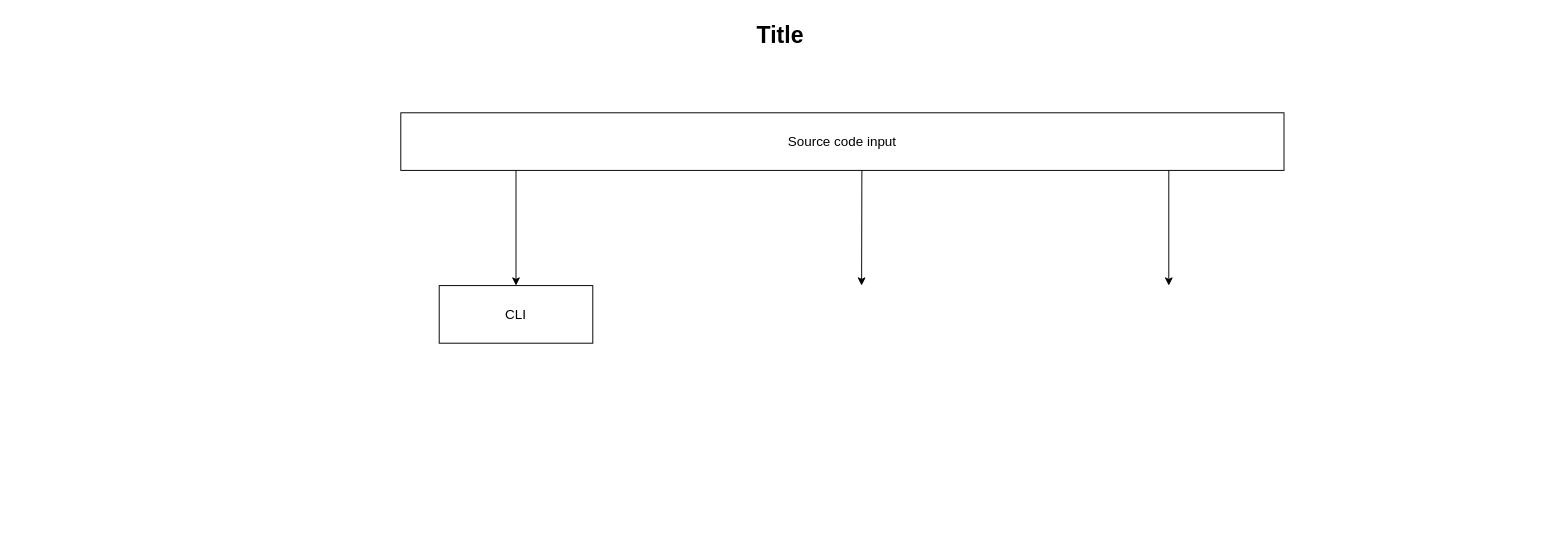
This is Untitled Diagram.drawio from ajeesh875/pyShellSAST, a draw.io file, before an edit. Source tidied: cells renumbered, new cells numbered last; positions are measured from the earlier drawing's top-left corner, leaving out a move shared by most shapes. Both pictures are drawn from the tidied source at 96%, with x=0, y=0 at pixel (16, 16).
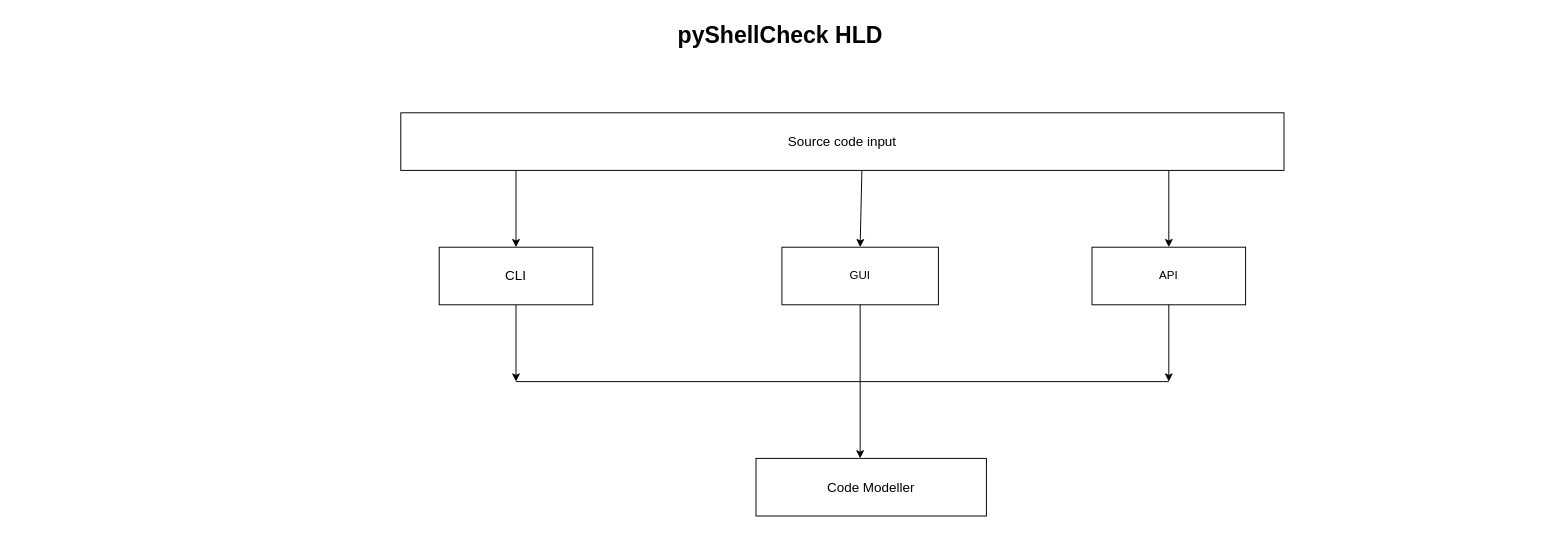
The same diagram, later.

What changed in the source:
```diff
@@
 <mxGraphModel>
   <root>
     <mxCell id="0" />
     <mxCell id="1" parent="0" />
-    <mxCell id="2" value="Title" style="text;strokeColor=none;fillColor=none;html=1;fontSize=24;fontStyle=1;verticalAlign=middle;align=center;" parent="1" vertex="1">
+    <mxCell id="2" value="pyShellCheck HLD" style="text;strokeColor=none;fillColor=none;html=1;fontSize=24;fontStyle=1;verticalAlign=middle;align=center;" parent="1" vertex="1">
       <mxGeometry width="1590" height="40" as="geometry" />
     </mxCell>
     <mxCell id="3" value="&lt;font style=&quot;font-size: 14px;&quot;&gt;Source code input&lt;/font&gt;" style="rounded=0;whiteSpace=wrap;html=1;" parent="1" vertex="1">
       <mxGeometry x="400" y="100" width="920" height="60" as="geometry" />
     </mxCell>
-    <mxCell id="4" style="endArrow=classic;html=1;rounded=0;" parent="1" edge="1">
+    <mxCell id="4" style="endArrow=classic;html=1;rounded=0;entryX=0.5;entryY=0;entryDx=0;entryDy=0;" parent="1" edge="1" target="7">
       <mxGeometry relative="1" as="geometry">
         <mxPoint x="520" y="160" as="sourcePoint" />
-        <mxPoint x="520" y="280" as="targetPoint" />
       </mxGeometry>
     </mxCell>
-    <mxCell id="5" style="endArrow=classic;html=1;rounded=0;exitX=0.471;exitY=1;exitDx=0;exitDy=0;exitPerimeter=0;" parent="1" edge="1">
+    <mxCell id="5" style="endArrow=classic;html=1;rounded=0;exitX=0.471;exitY=1;exitDx=0;exitDy=0;exitPerimeter=0;entryX=0.5;entryY=0;entryDx=0;entryDy=0;" parent="1" edge="1" target="8">
       <mxGeometry relative="1" as="geometry">
         <mxPoint x="880.3" y="160" as="sourcePoint" />
-        <mxPoint x="880" y="280" as="targetPoint" />
       </mxGeometry>
     </mxCell>
-    <mxCell id="6" style="endArrow=classic;html=1;rounded=0;" parent="1" edge="1">
+    <mxCell id="6" style="endArrow=classic;html=1;rounded=0;entryX=0.5;entryY=0;entryDx=0;entryDy=0;" parent="1" edge="1" target="9">
       <mxGeometry relative="1" as="geometry">
         <mxPoint x="1200" y="160" as="sourcePoint" />
-        <mxPoint x="1200" y="280" as="targetPoint" />
       </mxGeometry>
     </mxCell>
     <mxCell id="7" value="&lt;font style=&quot;font-size: 14px;&quot;&gt;CLI&lt;/font&gt;" style="rounded=0;whiteSpace=wrap;html=1;" parent="1" vertex="1">
-      <mxGeometry x="440" y="280" width="160" height="60" as="geometry" />
+      <mxGeometry x="440" y="240" width="160" height="60" as="geometry" />
     </mxCell>
+    <mxCell id="8" value="GUI" style="rounded=0;whiteSpace=wrap;html=1;" parent="1" vertex="1">
+      <mxGeometry x="797" y="240" width="163" height="60" as="geometry" />
+    </mxCell>
+    <mxCell id="9" value="API" style="rounded=0;whiteSpace=wrap;html=1;" parent="1" vertex="1">
+      <mxGeometry x="1120" y="240" width="160" height="60" as="geometry" />
+    </mxCell>
+    <mxCell id="10" style="endArrow=classic;html=1;rounded=0;exitX=0.5;exitY=1;exitDx=0;exitDy=0;" parent="1" edge="1" source="7">
+      <mxGeometry relative="1" as="geometry">
+        <mxPoint x="520" y="380" as="targetPoint" />
+      </mxGeometry>
+    </mxCell>
+    <mxCell id="11" style="endArrow=classic;html=1;rounded=0;exitX=0.5;exitY=1;exitDx=0;exitDy=0;entryX=0.452;entryY=0;entryDx=0;entryDy=0;entryPerimeter=0;" parent="1" edge="1" source="8" target="14">
+      <mxGeometry relative="1" as="geometry" />
+    </mxCell>
+    <mxCell id="12" style="endArrow=none;html=1;rounded=0;" parent="1" edge="1">
+      <mxGeometry relative="1" as="geometry">
+        <mxPoint x="520" y="380" as="sourcePoint" />
+        <mxPoint x="1200" y="380" as="targetPoint" />
+      </mxGeometry>
+    </mxCell>
+    <mxCell id="13" style="endArrow=classic;html=1;rounded=0;exitX=0.5;exitY=1;exitDx=0;exitDy=0;" parent="1" edge="1" source="9">
+      <mxGeometry relative="1" as="geometry">
+        <mxPoint x="1200" y="380" as="targetPoint" />
+      </mxGeometry>
+    </mxCell>
+    <mxCell id="14" value="&lt;font style=&quot;font-size: 14px;&quot;&gt;Code Modeller&lt;/font&gt;" style="rounded=0;whiteSpace=wrap;html=1;" parent="1" vertex="1">
+      <mxGeometry x="770" y="460" width="240" height="60" as="geometry" />
+    </mxCell>
   </root>
 </mxGraphModel>
```
